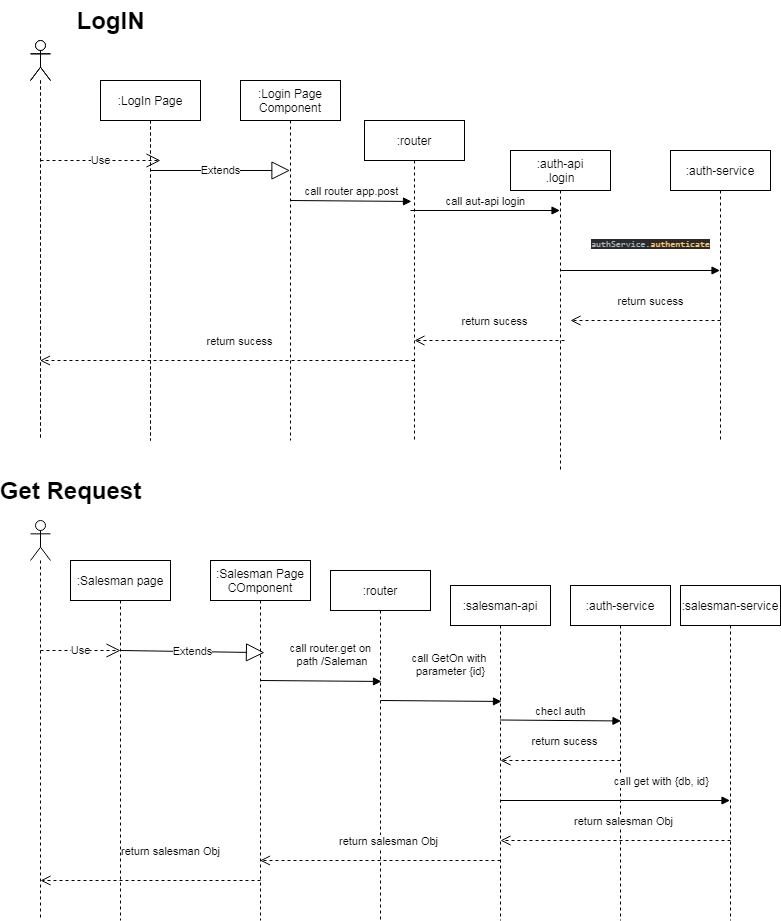
The draw.io diagram UML/RunTimeView.png in thanse2s/iar-framework, before a commit. Source tidied: cells renumbered, new cells last; positions are measured from the earlier drawing's top-left corner, leaving out a move shared by most shapes.
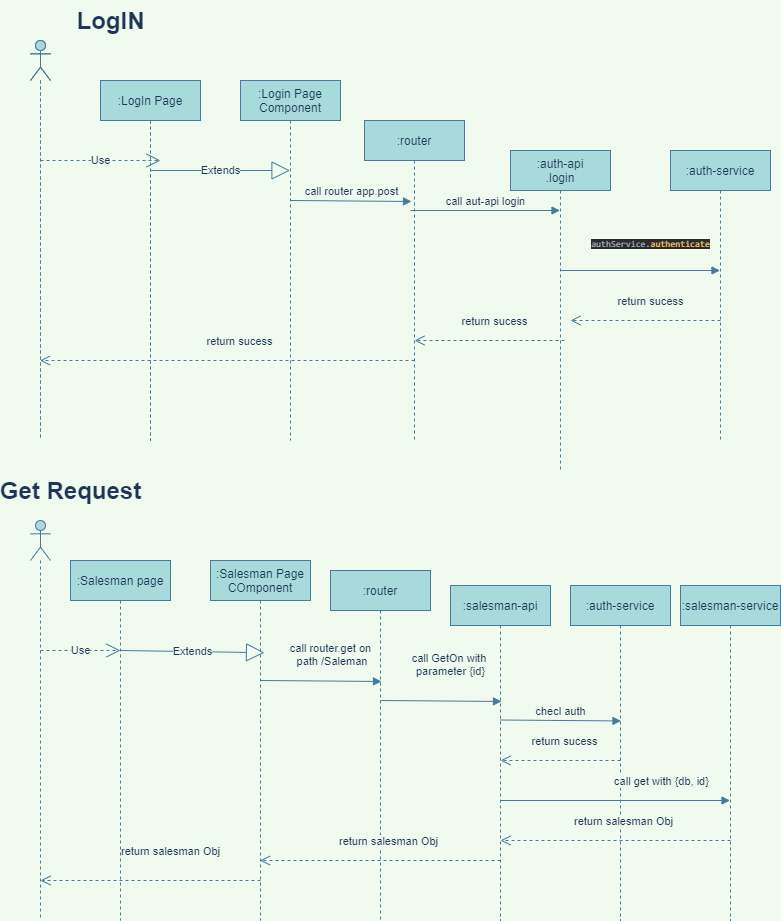
After the commit.

The edit, as a diff of the source:
```diff
@@ -1,153 +1,153 @@
-<mxGraphModel>
+<mxGraphModel background="#F1FAEE">
   <root>
     <mxCell id="0" />
     <mxCell id="1" parent="0" />
-    <mxCell id="2" style="shape=umlLifeline;participant=umlActor;perimeter=lifelinePerimeter;whiteSpace=wrap;html=1;verticalAlign=top;spacingTop=36;outlineConnect=0;" parent="1" vertex="1">
+    <mxCell id="2" style="shape=umlLifeline;participant=umlActor;perimeter=lifelinePerimeter;whiteSpace=wrap;html=1;verticalAlign=top;spacingTop=36;outlineConnect=0;fillColor=#A8DADC;strokeColor=#457B9D;fontColor=#1D3557;" parent="1" vertex="1">
       <mxGeometry x="10" y="40" width="20" height="400" as="geometry" />
     </mxCell>
-    <mxCell id="3" value=":LogIn Page" style="shape=umlLifeline;perimeter=lifelinePerimeter;whiteSpace=wrap;html=1;" parent="1" vertex="1">
+    <mxCell id="3" value=":LogIn Page" style="shape=umlLifeline;perimeter=lifelinePerimeter;whiteSpace=wrap;html=1;fillColor=#A8DADC;strokeColor=#457B9D;fontColor=#1D3557;" parent="1" vertex="1">
       <mxGeometry x="80" y="80" width="100" height="360" as="geometry" />
     </mxCell>
-    <mxCell id="4" value="Extends" style="endArrow=block;endSize=16;endFill=0;html=1;" parent="3" edge="1" target="7">
+    <mxCell id="4" value="Extends" style="endArrow=block;endSize=16;endFill=0;html=1;labelBackgroundColor=#F1FAEE;strokeColor=#457B9D;fontColor=#1D3557;" parent="3" edge="1" target="7">
       <mxGeometry relative="1" as="geometry">
         <mxPoint x="50" y="90" as="sourcePoint" />
       </mxGeometry>
     </mxCell>
-    <mxCell id="5" style="shape=umlLifeline;participant=umlActor;perimeter=lifelinePerimeter;whiteSpace=wrap;html=1;verticalAlign=top;spacingTop=36;" parent="3" vertex="1">
+    <mxCell id="5" style="shape=umlLifeline;participant=umlActor;perimeter=lifelinePerimeter;whiteSpace=wrap;html=1;verticalAlign=top;spacingTop=36;fillColor=#A8DADC;strokeColor=#457B9D;fontColor=#1D3557;" parent="3" vertex="1">
       <mxGeometry x="-70" y="-40" width="20" height="400" as="geometry" />
     </mxCell>
-    <mxCell id="6" value=":LogIn Page" style="shape=umlLifeline;perimeter=lifelinePerimeter;whiteSpace=wrap;html=1;" parent="3" vertex="1">
+    <mxCell id="6" value=":LogIn Page" style="shape=umlLifeline;perimeter=lifelinePerimeter;whiteSpace=wrap;html=1;fillColor=#A8DADC;strokeColor=#457B9D;fontColor=#1D3557;" parent="3" vertex="1">
       <mxGeometry width="100" height="360" as="geometry" />
     </mxCell>
-    <mxCell id="7" value=":Login Page Component&lt;br&gt;" style="shape=umlLifeline;perimeter=lifelinePerimeter;whiteSpace=wrap;html=1;outlineConnect=0;" parent="1" vertex="1">
+    <mxCell id="7" value=":Login Page Component&lt;br&gt;" style="shape=umlLifeline;perimeter=lifelinePerimeter;whiteSpace=wrap;html=1;outlineConnect=0;fillColor=#A8DADC;strokeColor=#457B9D;fontColor=#1D3557;" parent="1" vertex="1">
       <mxGeometry x="220" y="80" width="100" height="360" as="geometry" />
     </mxCell>
-    <mxCell id="8" value=":auth-api&lt;br&gt;.login" style="shape=umlLifeline;perimeter=lifelinePerimeter;whiteSpace=wrap;html=1;outlineConnect=0;" parent="1" vertex="1">
+    <mxCell id="8" value=":auth-api&lt;br&gt;.login" style="shape=umlLifeline;perimeter=lifelinePerimeter;whiteSpace=wrap;html=1;outlineConnect=0;fillColor=#A8DADC;strokeColor=#457B9D;fontColor=#1D3557;" parent="1" vertex="1">
       <mxGeometry x="490" y="150" width="100" height="320" as="geometry" />
     </mxCell>
-    <mxCell id="9" value="&lt;pre style=&quot;background-color: rgb(43 , 43 , 43) ; color: rgb(169 , 183 , 198) ; font-family: &amp;#34;jetbrains mono&amp;#34; , monospace ; font-size: 9px&quot;&gt;authService.&lt;span style=&quot;color: #ffc66d&quot;&gt;authenticate&lt;/span&gt;&lt;/pre&gt;" style="html=1;verticalAlign=bottom;endArrow=block;" parent="8" edge="1" target="12">
+    <mxCell id="9" value="&lt;pre style=&quot;background-color: rgb(43 , 43 , 43) ; color: rgb(169 , 183 , 198) ; font-family: &amp;#34;jetbrains mono&amp;#34; , monospace ; font-size: 9px&quot;&gt;authService.&lt;span style=&quot;color: #ffc66d&quot;&gt;authenticate&lt;/span&gt;&lt;/pre&gt;" style="html=1;verticalAlign=bottom;endArrow=block;labelBackgroundColor=#F1FAEE;strokeColor=#457B9D;fontColor=#1D3557;" parent="8" edge="1" target="12">
       <mxGeometry x="0.13" y="10" relative="1" as="geometry">
         <mxPoint x="50" y="120" as="sourcePoint" />
       </mxGeometry>
     </mxCell>
-    <mxCell id="10" value=":router" style="shape=umlLifeline;perimeter=lifelinePerimeter;whiteSpace=wrap;html=1;outlineConnect=0;" parent="1" vertex="1">
+    <mxCell id="10" value=":router" style="shape=umlLifeline;perimeter=lifelinePerimeter;whiteSpace=wrap;html=1;outlineConnect=0;fillColor=#A8DADC;strokeColor=#457B9D;fontColor=#1D3557;" parent="1" vertex="1">
       <mxGeometry x="344" y="120" width="100" height="320" as="geometry" />
     </mxCell>
-    <mxCell id="11" value="call aut-api login" style="html=1;verticalAlign=bottom;endArrow=block;" parent="10" edge="1" target="8">
+    <mxCell id="11" value="call aut-api login" style="html=1;verticalAlign=bottom;endArrow=block;labelBackgroundColor=#F1FAEE;strokeColor=#457B9D;fontColor=#1D3557;" parent="10" edge="1" target="8">
       <mxGeometry relative="1" as="geometry">
         <mxPoint x="46" y="90" as="sourcePoint" />
       </mxGeometry>
     </mxCell>
-    <mxCell id="12" value=":auth-service" style="shape=umlLifeline;perimeter=lifelinePerimeter;whiteSpace=wrap;html=1;outlineConnect=0;" parent="1" vertex="1">
+    <mxCell id="12" value=":auth-service" style="shape=umlLifeline;perimeter=lifelinePerimeter;whiteSpace=wrap;html=1;outlineConnect=0;fillColor=#A8DADC;strokeColor=#457B9D;fontColor=#1D3557;" parent="1" vertex="1">
       <mxGeometry x="650" y="150" width="100" height="290" as="geometry" />
     </mxCell>
-    <mxCell id="13" value="Use" style="endArrow=open;endSize=12;dashed=1;html=1;" parent="1" edge="1">
+    <mxCell id="13" value="Use" style="endArrow=open;endSize=12;dashed=1;html=1;labelBackgroundColor=#F1FAEE;strokeColor=#457B9D;fontColor=#1D3557;" parent="1" edge="1">
       <mxGeometry relative="1" as="geometry">
         <mxPoint x="20" y="160" as="sourcePoint" />
         <mxPoint x="140" y="160" as="targetPoint" />
       </mxGeometry>
     </mxCell>
-    <mxCell id="14" value="call router app.post" style="html=1;verticalAlign=bottom;endArrow=block;entryX=0.47;entryY=0.253;entryDx=0;entryDy=0;entryPerimeter=0;" parent="1" edge="1" target="10">
+    <mxCell id="14" value="call router app.post" style="html=1;verticalAlign=bottom;endArrow=block;entryX=0.47;entryY=0.253;entryDx=0;entryDy=0;entryPerimeter=0;labelBackgroundColor=#F1FAEE;strokeColor=#457B9D;fontColor=#1D3557;" parent="1" edge="1" target="10">
       <mxGeometry relative="1" as="geometry">
         <mxPoint x="270" y="200" as="sourcePoint" />
       </mxGeometry>
     </mxCell>
-    <mxCell id="15" value="return sucess&lt;br&gt;" style="html=1;verticalAlign=bottom;endArrow=open;dashed=1;endSize=8;" parent="1" edge="1">
+    <mxCell id="15" value="return sucess&lt;br&gt;" style="html=1;verticalAlign=bottom;endArrow=open;dashed=1;endSize=8;labelBackgroundColor=#F1FAEE;strokeColor=#457B9D;fontColor=#1D3557;" parent="1" edge="1">
       <mxGeometry x="-0.07" y="-10" relative="1" as="geometry">
         <mxPoint x="700" y="320" as="sourcePoint" />
         <mxPoint x="550" y="320" as="targetPoint" />
       </mxGeometry>
     </mxCell>
-    <mxCell id="16" value="return sucess&lt;br&gt;" style="html=1;verticalAlign=bottom;endArrow=open;dashed=1;endSize=8;" parent="1" edge="1">
+    <mxCell id="16" value="return sucess&lt;br&gt;" style="html=1;verticalAlign=bottom;endArrow=open;dashed=1;endSize=8;labelBackgroundColor=#F1FAEE;strokeColor=#457B9D;fontColor=#1D3557;" parent="1" edge="1">
       <mxGeometry x="-0.07" y="-10" relative="1" as="geometry">
         <mxPoint x="544" y="340" as="sourcePoint" />
         <mxPoint x="394" y="340" as="targetPoint" />
       </mxGeometry>
     </mxCell>
-    <mxCell id="17" value="return sucess&lt;br&gt;" style="html=1;verticalAlign=bottom;endArrow=open;dashed=1;endSize=8;" parent="1" edge="1" target="2">
+    <mxCell id="17" value="return sucess&lt;br&gt;" style="html=1;verticalAlign=bottom;endArrow=open;dashed=1;endSize=8;labelBackgroundColor=#F1FAEE;strokeColor=#457B9D;fontColor=#1D3557;" parent="1" edge="1" target="2">
       <mxGeometry x="-0.07" y="-10" relative="1" as="geometry">
         <mxPoint x="394" y="360" as="sourcePoint" />
       </mxGeometry>
     </mxCell>
-    <mxCell id="18" value="LogIN" style="text;strokeColor=none;fillColor=none;html=1;fontSize=24;fontStyle=1;verticalAlign=middle;align=center;" parent="1" vertex="1">
+    <mxCell id="18" value="LogIN" style="text;strokeColor=none;fillColor=none;html=1;fontSize=24;fontStyle=1;verticalAlign=middle;align=center;fontColor=#1D3557;" parent="1" vertex="1">
       <mxGeometry x="40" width="100" height="40" as="geometry" />
     </mxCell>
-    <mxCell id="19" value="Get Request" style="text;strokeColor=none;fillColor=none;html=1;fontSize=24;fontStyle=1;verticalAlign=middle;align=center;" parent="1" vertex="1">
+    <mxCell id="19" value="Get Request" style="text;strokeColor=none;fillColor=none;html=1;fontSize=24;fontStyle=1;verticalAlign=middle;align=center;fontColor=#1D3557;" parent="1" vertex="1">
       <mxGeometry y="470" width="100" height="40" as="geometry" />
     </mxCell>
-    <mxCell id="20" style="shape=umlLifeline;participant=umlActor;perimeter=lifelinePerimeter;whiteSpace=wrap;html=1;verticalAlign=top;spacingTop=36;" parent="1" vertex="1">
+    <mxCell id="20" style="shape=umlLifeline;participant=umlActor;perimeter=lifelinePerimeter;whiteSpace=wrap;html=1;verticalAlign=top;spacingTop=36;fillColor=#A8DADC;strokeColor=#457B9D;fontColor=#1D3557;" parent="1" vertex="1">
       <mxGeometry x="10" y="520" width="20" height="400" as="geometry" />
     </mxCell>
-    <mxCell id="21" value=":router" style="shape=umlLifeline;perimeter=lifelinePerimeter;whiteSpace=wrap;html=1;" parent="1" vertex="1">
+    <mxCell id="21" value=":router" style="shape=umlLifeline;perimeter=lifelinePerimeter;whiteSpace=wrap;html=1;fillColor=#A8DADC;strokeColor=#457B9D;fontColor=#1D3557;" parent="1" vertex="1">
       <mxGeometry x="310" y="570" width="100" height="350" as="geometry" />
     </mxCell>
-    <mxCell id="22" value=":auth-service" style="shape=umlLifeline;perimeter=lifelinePerimeter;whiteSpace=wrap;html=1;" parent="1" vertex="1">
+    <mxCell id="22" value=":auth-service" style="shape=umlLifeline;perimeter=lifelinePerimeter;whiteSpace=wrap;html=1;fillColor=#A8DADC;strokeColor=#457B9D;fontColor=#1D3557;" parent="1" vertex="1">
       <mxGeometry x="550" y="585" width="100" height="335" as="geometry" />
     </mxCell>
-    <mxCell id="23" value=":salesman-service" style="shape=umlLifeline;perimeter=lifelinePerimeter;whiteSpace=wrap;html=1;outlineConnect=0;" parent="1" vertex="1">
+    <mxCell id="23" value=":salesman-service" style="shape=umlLifeline;perimeter=lifelinePerimeter;whiteSpace=wrap;html=1;outlineConnect=0;fillColor=#A8DADC;strokeColor=#457B9D;fontColor=#1D3557;" parent="1" vertex="1">
       <mxGeometry x="660" y="585" width="100" height="335" as="geometry" />
     </mxCell>
-    <mxCell id="24" value=":salesman-api&lt;br&gt;" style="shape=umlLifeline;perimeter=lifelinePerimeter;whiteSpace=wrap;html=1;" parent="1" vertex="1">
+    <mxCell id="24" value=":salesman-api&lt;br&gt;" style="shape=umlLifeline;perimeter=lifelinePerimeter;whiteSpace=wrap;html=1;fillColor=#A8DADC;strokeColor=#457B9D;fontColor=#1D3557;" parent="1" vertex="1">
       <mxGeometry x="430" y="585" width="100" height="335" as="geometry" />
     </mxCell>
-    <mxCell id="25" value=":Salesman page" style="shape=umlLifeline;perimeter=lifelinePerimeter;whiteSpace=wrap;html=1;" parent="1" vertex="1">
+    <mxCell id="25" value=":Salesman page" style="shape=umlLifeline;perimeter=lifelinePerimeter;whiteSpace=wrap;html=1;fillColor=#A8DADC;strokeColor=#457B9D;fontColor=#1D3557;" parent="1" vertex="1">
       <mxGeometry x="50" y="560" width="100" height="360" as="geometry" />
     </mxCell>
-    <mxCell id="26" value="Extends" style="endArrow=block;endSize=16;endFill=0;html=1;entryX=0.54;entryY=0.256;entryDx=0;entryDy=0;entryPerimeter=0;" parent="25" edge="1" target="27">
+    <mxCell id="26" value="Extends" style="endArrow=block;endSize=16;endFill=0;html=1;entryX=0.54;entryY=0.256;entryDx=0;entryDy=0;entryPerimeter=0;labelBackgroundColor=#F1FAEE;strokeColor=#457B9D;fontColor=#1D3557;" parent="25" edge="1" target="27">
       <mxGeometry relative="1" as="geometry">
         <mxPoint x="50" y="90" as="sourcePoint" />
       </mxGeometry>
     </mxCell>
-    <mxCell id="27" value=":Salesman Page COmponent&lt;br&gt;" style="shape=umlLifeline;perimeter=lifelinePerimeter;whiteSpace=wrap;html=1;outlineConnect=0;" parent="1" vertex="1">
+    <mxCell id="27" value=":Salesman Page COmponent&lt;br&gt;" style="shape=umlLifeline;perimeter=lifelinePerimeter;whiteSpace=wrap;html=1;outlineConnect=0;fillColor=#A8DADC;strokeColor=#457B9D;fontColor=#1D3557;" parent="1" vertex="1">
       <mxGeometry x="190" y="560" width="100" height="360" as="geometry" />
     </mxCell>
-    <mxCell id="28" value="Use" style="endArrow=open;endSize=12;dashed=1;html=1;" parent="1" edge="1">
+    <mxCell id="28" value="Use" style="endArrow=open;endSize=12;dashed=1;html=1;labelBackgroundColor=#F1FAEE;strokeColor=#457B9D;fontColor=#1D3557;" parent="1" edge="1">
       <mxGeometry relative="1" as="geometry">
         <mxPoint x="20" y="650" as="sourcePoint" />
         <mxPoint x="100" y="650" as="targetPoint" />
       </mxGeometry>
     </mxCell>
-    <mxCell id="29" value="call router.get on&lt;br&gt;&amp;nbsp;path /Saleman&lt;br&gt;" style="html=1;verticalAlign=bottom;endArrow=block;entryX=0.47;entryY=0.253;entryDx=0;entryDy=0;entryPerimeter=0;" parent="1" edge="1">
+    <mxCell id="29" value="call router.get on&lt;br&gt;&amp;nbsp;path /Saleman&lt;br&gt;" style="html=1;verticalAlign=bottom;endArrow=block;entryX=0.47;entryY=0.253;entryDx=0;entryDy=0;entryPerimeter=0;labelBackgroundColor=#F1FAEE;strokeColor=#457B9D;fontColor=#1D3557;" parent="1" edge="1">
       <mxGeometry x="0.16" y="11" relative="1" as="geometry">
         <mxPoint x="240" y="680" as="sourcePoint" />
         <mxPoint x="361" y="681" as="targetPoint" />
       </mxGeometry>
     </mxCell>
-    <mxCell id="30" value="call GetOn with &lt;br&gt;parameter {id}" style="html=1;verticalAlign=bottom;endArrow=block;entryX=0.47;entryY=0.253;entryDx=0;entryDy=0;entryPerimeter=0;" parent="1" edge="1">
+    <mxCell id="30" value="call GetOn with &lt;br&gt;parameter {id}" style="html=1;verticalAlign=bottom;endArrow=block;entryX=0.47;entryY=0.253;entryDx=0;entryDy=0;entryPerimeter=0;labelBackgroundColor=#F1FAEE;strokeColor=#457B9D;fontColor=#1D3557;" parent="1" edge="1">
       <mxGeometry x="0.15" y="21" relative="1" as="geometry">
         <mxPoint x="360" y="700" as="sourcePoint" />
         <mxPoint x="481" y="701" as="targetPoint" />
       </mxGeometry>
     </mxCell>
-    <mxCell id="31" value="checl auth" style="html=1;verticalAlign=bottom;endArrow=block;entryX=0.47;entryY=0.253;entryDx=0;entryDy=0;entryPerimeter=0;" parent="1" edge="1">
+    <mxCell id="31" value="checl auth" style="html=1;verticalAlign=bottom;endArrow=block;entryX=0.47;entryY=0.253;entryDx=0;entryDy=0;entryPerimeter=0;labelBackgroundColor=#F1FAEE;strokeColor=#457B9D;fontColor=#1D3557;" parent="1" edge="1">
       <mxGeometry relative="1" as="geometry">
         <mxPoint x="479.5" y="719.5" as="sourcePoint" />
         <mxPoint x="600.5" y="720.5" as="targetPoint" />
       </mxGeometry>
     </mxCell>
-    <mxCell id="32" value="return sucess&lt;br&gt;" style="html=1;verticalAlign=bottom;endArrow=open;dashed=1;endSize=8;" parent="1" edge="1">
+    <mxCell id="32" value="return sucess&lt;br&gt;" style="html=1;verticalAlign=bottom;endArrow=open;dashed=1;endSize=8;labelBackgroundColor=#F1FAEE;strokeColor=#457B9D;fontColor=#1D3557;" parent="1" edge="1">
       <mxGeometry x="-0.07" y="-10" relative="1" as="geometry">
         <mxPoint x="600" y="760" as="sourcePoint" />
         <mxPoint x="480" y="760" as="targetPoint" />
       </mxGeometry>
     </mxCell>
-    <mxCell id="33" value="call get with {db, id}" style="html=1;verticalAlign=bottom;endArrow=block;" parent="1" edge="1" target="23">
+    <mxCell id="33" value="call get with {db, id}" style="html=1;verticalAlign=bottom;endArrow=block;labelBackgroundColor=#F1FAEE;strokeColor=#457B9D;fontColor=#1D3557;" parent="1" edge="1" target="23">
       <mxGeometry x="0.4" y="10" relative="1" as="geometry">
         <mxPoint x="479.5" y="800" as="sourcePoint" />
       </mxGeometry>
     </mxCell>
-    <mxCell id="34" value="return salesman Obj" style="html=1;verticalAlign=bottom;endArrow=open;dashed=1;endSize=8;" parent="1" edge="1">
+    <mxCell id="34" value="return salesman Obj" style="html=1;verticalAlign=bottom;endArrow=open;dashed=1;endSize=8;labelBackgroundColor=#F1FAEE;strokeColor=#457B9D;fontColor=#1D3557;" parent="1" edge="1">
       <mxGeometry x="-0.07" y="-10" relative="1" as="geometry">
         <mxPoint x="710" y="840" as="sourcePoint" />
         <mxPoint x="480" y="840" as="targetPoint" />
       </mxGeometry>
     </mxCell>
-    <mxCell id="35" value="return salesman Obj" style="html=1;verticalAlign=bottom;endArrow=open;dashed=1;endSize=8;" parent="1" edge="1" target="27">
+    <mxCell id="35" value="return salesman Obj" style="html=1;verticalAlign=bottom;endArrow=open;dashed=1;endSize=8;labelBackgroundColor=#F1FAEE;strokeColor=#457B9D;fontColor=#1D3557;" parent="1" edge="1" target="27">
       <mxGeometry x="-0.07" y="-10" relative="1" as="geometry">
         <mxPoint x="480" y="860" as="sourcePoint" />
       </mxGeometry>
     </mxCell>
-    <mxCell id="36" value="return salesman Obj" style="html=1;verticalAlign=bottom;endArrow=open;dashed=1;endSize=8;" parent="1" edge="1">
+    <mxCell id="36" value="return salesman Obj" style="html=1;verticalAlign=bottom;endArrow=open;dashed=1;endSize=8;labelBackgroundColor=#F1FAEE;strokeColor=#457B9D;fontColor=#1D3557;" parent="1" edge="1">
       <mxGeometry x="-0.18" y="-20" relative="1" as="geometry">
         <mxPoint x="240" y="880" as="sourcePoint" />
         <mxPoint x="20" y="880" as="targetPoint" />
```
